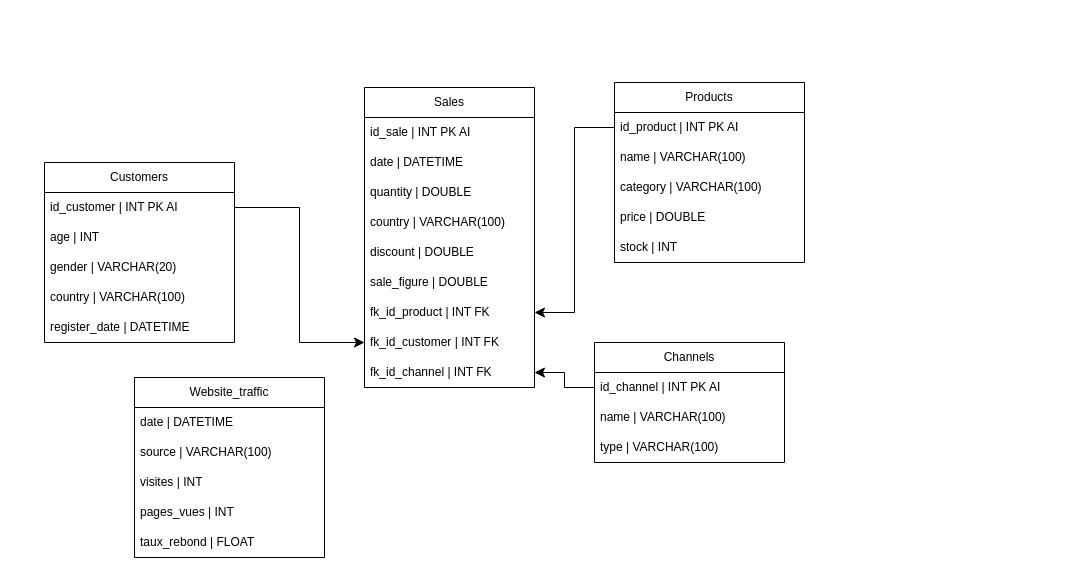
Titi7750/workshop_client_2 keeps this draw.io diagram as schema/Analytical database schema (star model).drawio. Above is the earlier version. Source tidied: cells renumbered, new cells numbered last; positions are measured from the earlier drawing's top-left corner, leaving out a move shared by most shapes. Both pictures are drawn from the tidied source at 100%, with x=0, y=0 at pixel (44, 82).
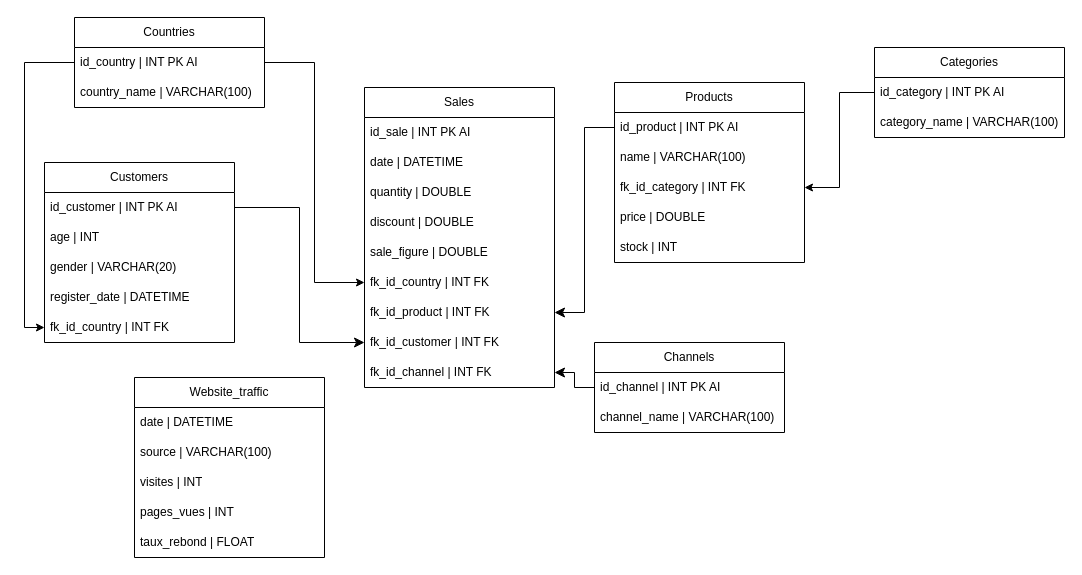
After the change.

Commit message (it also covers changes not shown here):
[DRAWIO & DOCS]: Change star model

The change refers to these unchanged cells:
```xml
<mxCell id="12" value="Products" style="swimlane;fontStyle=0;horizontal=1;startSize=30;whiteSpace=wrap;html=1;" parent="1" vertex="1">
  <mxGeometry x="570" width="190" height="180" as="geometry" />
</mxCell>
<mxCell id="18" value="Customers" style="swimlane;fontStyle=0;horizontal=1;startSize=30;whiteSpace=wrap;html=1;" parent="1" vertex="1">
  <mxGeometry y="80" width="190" height="180" as="geometry" />
</mxCell>
```

Change to the diagram source:
```diff
@@
     <mxCell id="2" value="Sales" style="swimlane;fontStyle=0;horizontal=1;startSize=30;whiteSpace=wrap;html=1;" parent="1" vertex="1">
-      <mxGeometry x="320" y="5" width="170" height="300" as="geometry" />
+      <mxGeometry x="320" y="5" width="190" height="300" as="geometry" />
     </mxCell>
     <mxCell id="3" value="id_sale | INT PK AI" style="text;strokeColor=none;fillColor=none;align=left;verticalAlign=middle;spacingLeft=4;spacingRight=4;overflow=hidden;whiteSpace=wrap;html=1;" parent="2" vertex="1">
-      <mxGeometry y="30" width="170" height="30" as="geometry" />
+      <mxGeometry y="30" width="190" height="30" as="geometry" />
     </mxCell>
     <mxCell id="4" value="date | DATETIME" style="text;strokeColor=none;fillColor=none;align=left;verticalAlign=middle;spacingLeft=4;spacingRight=4;overflow=hidden;whiteSpace=wrap;html=1;" parent="2" vertex="1">
-      <mxGeometry y="60" width="170" height="30" as="geometry" />
+      <mxGeometry y="60" width="190" height="30" as="geometry" />
     </mxCell>
     <mxCell id="5" value="quantity | DOUBLE" style="text;strokeColor=none;fillColor=none;align=left;verticalAlign=middle;spacingLeft=4;spacingRight=4;overflow=hidden;whiteSpace=wrap;html=1;" parent="2" vertex="1">
-      <mxGeometry y="90" width="170" height="30" as="geometry" />
+      <mxGeometry y="90" width="190" height="30" as="geometry" />
     </mxCell>
-    <mxCell id="6" value="country | VARCHAR(100)" style="text;strokeColor=none;fillColor=none;align=left;verticalAlign=middle;spacingLeft=4;spacingRight=4;overflow=hidden;points=[[0,0.5],[1,0.5]];portConstraint=eastwest;whiteSpace=wrap;html=1;" parent="2" vertex="1">
-      <mxGeometry y="120" width="170" height="30" as="geometry" />
-    </mxCell>
     <mxCell id="7" value="discount | DOUBLE" style="text;strokeColor=none;fillColor=none;align=left;verticalAlign=middle;spacingLeft=4;spacingRight=4;overflow=hidden;whiteSpace=wrap;html=1;" parent="2" vertex="1">
-      <mxGeometry y="150" width="170" height="30" as="geometry" />
+      <mxGeometry y="120" width="190" height="30" as="geometry" />
     </mxCell>
     <mxCell id="8" value="sale_figure | DOUBLE" style="text;strokeColor=none;fillColor=none;align=left;verticalAlign=middle;spacingLeft=4;spacingRight=4;overflow=hidden;whiteSpace=wrap;html=1;" parent="2" vertex="1">
-      <mxGeometry y="180" width="170" height="30" as="geometry" />
+      <mxGeometry y="150" width="190" height="30" as="geometry" />
     </mxCell>
+    <mxCell id="6" value="&lt;div&gt;fk_id_country | INT FK&lt;/div&gt;" style="text;strokeColor=none;fillColor=none;align=left;verticalAlign=middle;spacingLeft=4;spacingRight=4;overflow=hidden;points=[[0,0.5],[1,0.5]];portConstraint=eastwest;whiteSpace=wrap;html=1;" parent="2" vertex="1">
+      <mxGeometry y="180" width="190" height="30" as="geometry" />
+    </mxCell>
     <mxCell id="9" value="fk_id_product | INT FK" style="text;strokeColor=none;fillColor=none;align=left;verticalAlign=middle;spacingLeft=4;spacingRight=4;overflow=hidden;points=[[0,0.5],[1,0.5]];portConstraint=eastwest;whiteSpace=wrap;html=1;" parent="2" vertex="1">
-      <mxGeometry y="210" width="170" height="30" as="geometry" />
+      <mxGeometry y="210" width="190" height="30" as="geometry" />
     </mxCell>
     <mxCell id="10" value="fk_id_customer | INT FK" style="text;strokeColor=none;fillColor=none;align=left;verticalAlign=middle;spacingLeft=4;spacingRight=4;overflow=hidden;points=[[0,0.5],[1,0.5]];portConstraint=eastwest;whiteSpace=wrap;html=1;" parent="2" vertex="1">
-      <mxGeometry y="240" width="170" height="30" as="geometry" />
+      <mxGeometry y="240" width="190" height="30" as="geometry" />
     </mxCell>
     <mxCell id="11" value="fk_id_channel | INT FK" style="text;strokeColor=none;fillColor=none;align=left;verticalAlign=middle;spacingLeft=4;spacingRight=4;overflow=hidden;points=[[0,0.5],[1,0.5]];portConstraint=eastwest;whiteSpace=wrap;html=1;" parent="2" vertex="1">
-      <mxGeometry y="270" width="170" height="30" as="geometry" />
+      <mxGeometry y="270" width="190" height="30" as="geometry" />
     </mxCell>
@@
-    <mxCell id="15" value="category | VARCHAR(100)" style="text;strokeColor=none;fillColor=none;align=left;verticalAlign=middle;spacingLeft=4;spacingRight=4;overflow=hidden;points=[[0,0.5],[1,0.5]];portConstraint=eastwest;whiteSpace=wrap;html=1;" parent="12" vertex="1">
+    <mxCell id="15" value="fk_id_category | INT FK" style="text;strokeColor=none;fillColor=none;align=left;verticalAlign=middle;spacingLeft=4;spacingRight=4;overflow=hidden;points=[[0,0.5],[1,0.5]];portConstraint=eastwest;whiteSpace=wrap;html=1;" parent="12" vertex="1">
       <mxGeometry y="90" width="190" height="30" as="geometry" />
     </mxCell>
@@
+    <mxCell id="23" value="register_date | DATETIME" style="text;strokeColor=none;fillColor=none;align=left;verticalAlign=middle;spacingLeft=4;spacingRight=4;overflow=hidden;whiteSpace=wrap;html=1;" parent="18" vertex="1">
+      <mxGeometry y="120" width="190" height="30" as="geometry" />
+    </mxCell>
-    <mxCell id="22" value="country | VARCHAR(100)" style="text;strokeColor=none;fillColor=none;align=left;verticalAlign=middle;spacingLeft=4;spacingRight=4;overflow=hidden;points=[[0,0.5],[1,0.5]];portConstraint=eastwest;whiteSpace=wrap;html=1;" parent="18" vertex="1">
-      <mxGeometry y="120" width="190" height="30" as="geometry" />
+    <mxCell id="22" value="fk_id_country | INT FK" style="text;strokeColor=none;fillColor=none;align=left;verticalAlign=middle;spacingLeft=4;spacingRight=4;overflow=hidden;points=[[0,0.5],[1,0.5]];portConstraint=eastwest;whiteSpace=wrap;html=1;" parent="18" vertex="1">
+      <mxGeometry y="150" width="190" height="30" as="geometry" />
     </mxCell>
-    <mxCell id="23" value="register_date | DATETIME" style="text;strokeColor=none;fillColor=none;align=left;verticalAlign=middle;spacingLeft=4;spacingRight=4;overflow=hidden;whiteSpace=wrap;html=1;" parent="18" vertex="1">
-      <mxGeometry y="150" width="190" height="30" as="geometry" />
-    </mxCell>
     <mxCell id="24" value="Channels" style="swimlane;fontStyle=0;horizontal=1;startSize=30;whiteSpace=wrap;html=1;" parent="1" vertex="1">
-      <mxGeometry x="550" y="260" width="190" height="120" as="geometry" />
+      <mxGeometry x="550" y="260" width="190" height="90" as="geometry" />
     </mxCell>
@@
-    <mxCell id="26" value="name | VARCHAR(100)" style="text;strokeColor=none;fillColor=none;align=left;verticalAlign=middle;spacingLeft=4;spacingRight=4;overflow=hidden;whiteSpace=wrap;html=1;" parent="24" vertex="1">
+    <mxCell id="26" value="channel_name | VARCHAR(100)" style="text;strokeColor=none;fillColor=none;align=left;verticalAlign=middle;spacingLeft=4;spacingRight=4;overflow=hidden;whiteSpace=wrap;html=1;" parent="24" vertex="1">
       <mxGeometry y="60" width="190" height="30" as="geometry" />
     </mxCell>
-    <mxCell id="27" value="type | VARCHAR(100)" style="text;strokeColor=none;fillColor=none;align=left;verticalAlign=middle;spacingLeft=4;spacingRight=4;overflow=hidden;whiteSpace=wrap;html=1;" parent="24" vertex="1">
-      <mxGeometry y="90" width="190" height="30" as="geometry" />
-    </mxCell>
@@
+    <mxCell id="37" value="Countries" style="swimlane;fontStyle=0;horizontal=1;startSize=30;whiteSpace=wrap;html=1;" parent="1" vertex="1">
+      <mxGeometry x="30" y="-65" width="190" height="90" as="geometry" />
+    </mxCell>
+    <mxCell id="38" value="id_country | INT PK AI" style="text;strokeColor=none;fillColor=none;align=left;verticalAlign=middle;spacingLeft=4;spacingRight=4;overflow=hidden;points=[[0,0.5],[1,0.5]];portConstraint=eastwest;whiteSpace=wrap;html=1;" parent="37" vertex="1">
+      <mxGeometry y="30" width="190" height="30" as="geometry" />
+    </mxCell>
+    <mxCell id="39" value="country_name | VARCHAR(100)" style="text;strokeColor=none;fillColor=none;align=left;verticalAlign=middle;spacingLeft=4;spacingRight=4;overflow=hidden;whiteSpace=wrap;html=1;" parent="37" vertex="1">
+      <mxGeometry y="60" width="190" height="30" as="geometry" />
+    </mxCell>
+    <mxCell id="40" style="edgeStyle=orthogonalEdgeStyle;rounded=0;jettySize=auto;html=1;exitX=1;exitY=0.5;exitDx=0;exitDy=0;entryX=0;entryY=0.5;entryDx=0;entryDy=0;" parent="1" edge="1" source="38" target="6">
+      <mxGeometry relative="1" as="geometry" />
+    </mxCell>
+    <mxCell id="41" style="edgeStyle=orthogonalEdgeStyle;rounded=0;jettySize=auto;html=1;exitX=0;exitY=0.5;exitDx=0;exitDy=0;entryX=0;entryY=0.5;entryDx=0;entryDy=0;" parent="1" edge="1" source="38" target="22">
+      <mxGeometry relative="1" as="geometry" />
+    </mxCell>
+    <mxCell id="42" value="Categories" style="swimlane;fontStyle=0;horizontal=1;startSize=30;whiteSpace=wrap;html=1;" parent="1" vertex="1">
+      <mxGeometry x="830" y="-35" width="190" height="90" as="geometry" />
+    </mxCell>
+    <mxCell id="43" value="id_category | INT PK AI" style="text;strokeColor=none;fillColor=none;align=left;verticalAlign=middle;spacingLeft=4;spacingRight=4;overflow=hidden;points=[[0,0.5],[1,0.5]];portConstraint=eastwest;whiteSpace=wrap;html=1;" parent="42" vertex="1">
+      <mxGeometry y="30" width="190" height="30" as="geometry" />
+    </mxCell>
+    <mxCell id="44" value="category_name | VARCHAR(100)" style="text;strokeColor=none;fillColor=none;align=left;verticalAlign=middle;spacingLeft=4;spacingRight=4;overflow=hidden;whiteSpace=wrap;html=1;" parent="42" vertex="1">
+      <mxGeometry y="60" width="190" height="30" as="geometry" />
+    </mxCell>
+    <mxCell id="45" style="edgeStyle=orthogonalEdgeStyle;rounded=0;jettySize=auto;html=1;exitX=1;exitY=0.5;exitDx=0;exitDy=0;entryX=0;entryY=0.5;entryDx=0;entryDy=0;startArrow=classic;startFill=1;endArrow=none;endFill=0;" parent="1" edge="1" source="15" target="43">
+      <mxGeometry relative="1" as="geometry" />
+    </mxCell>
```
